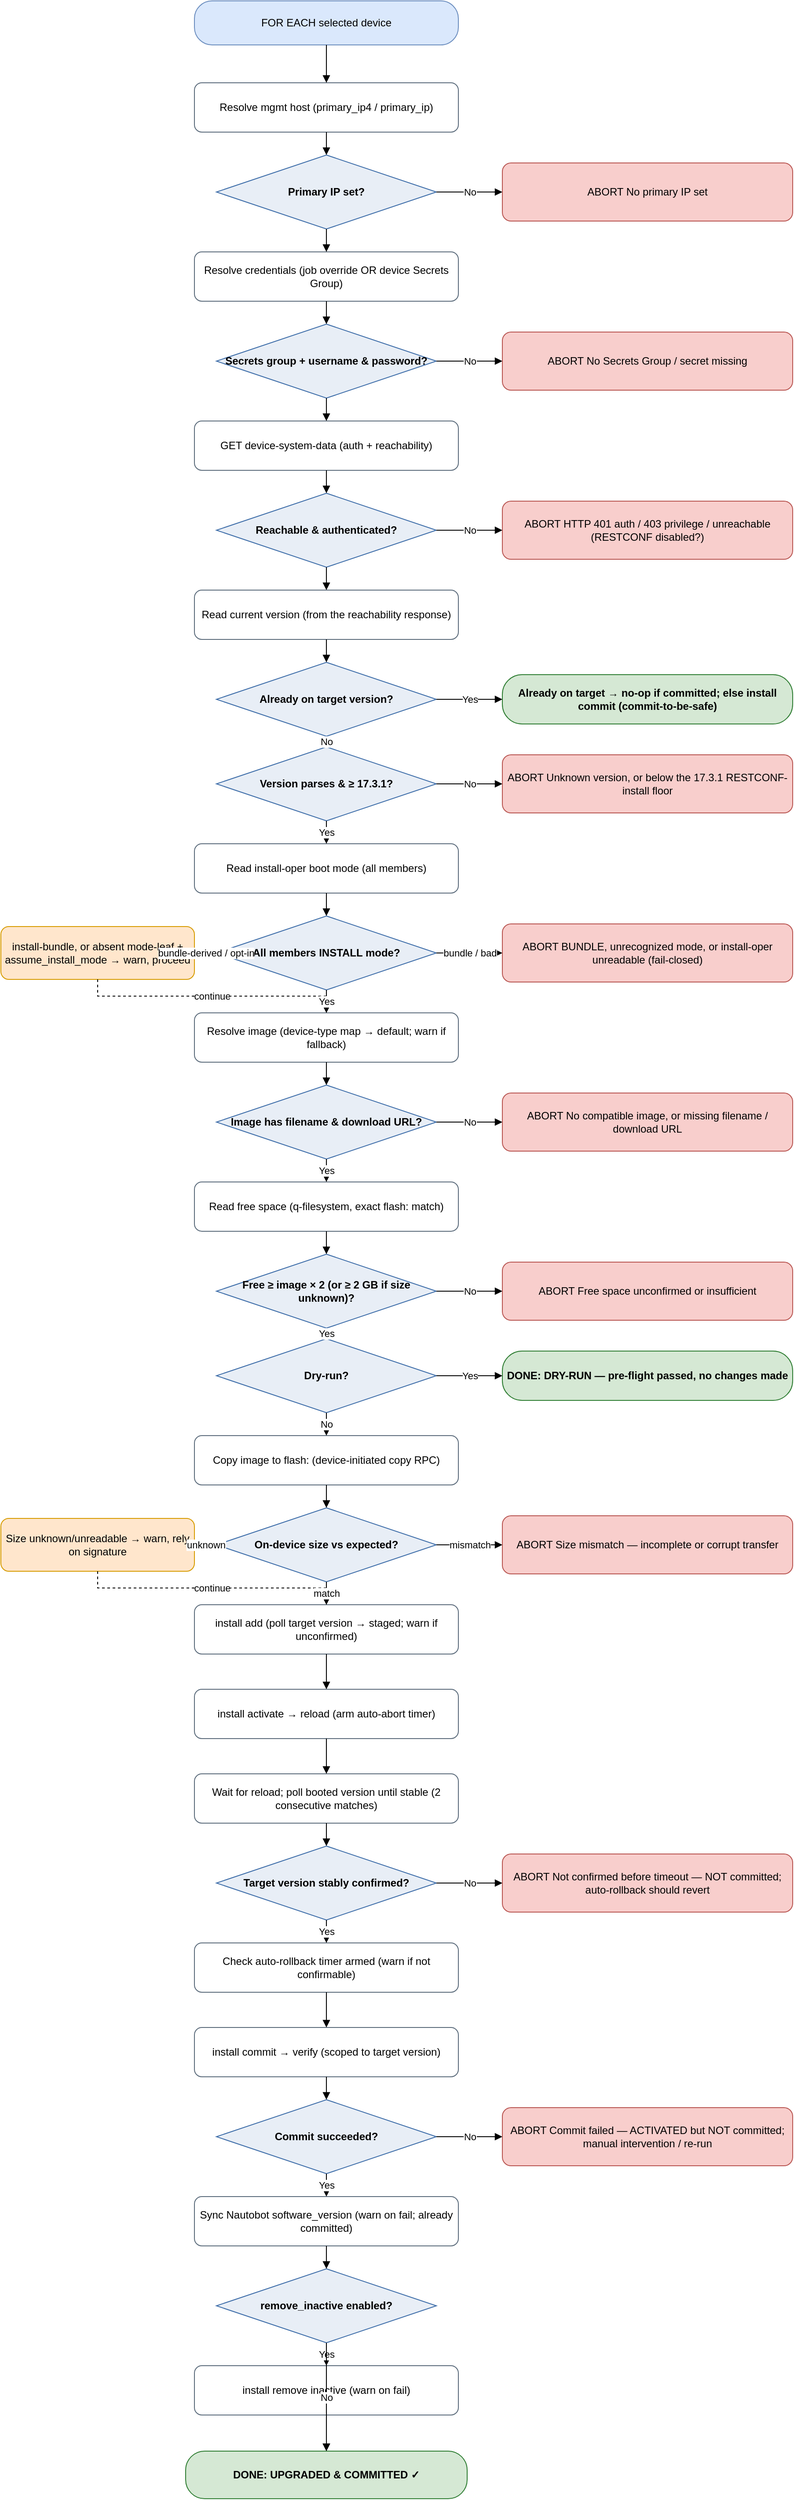
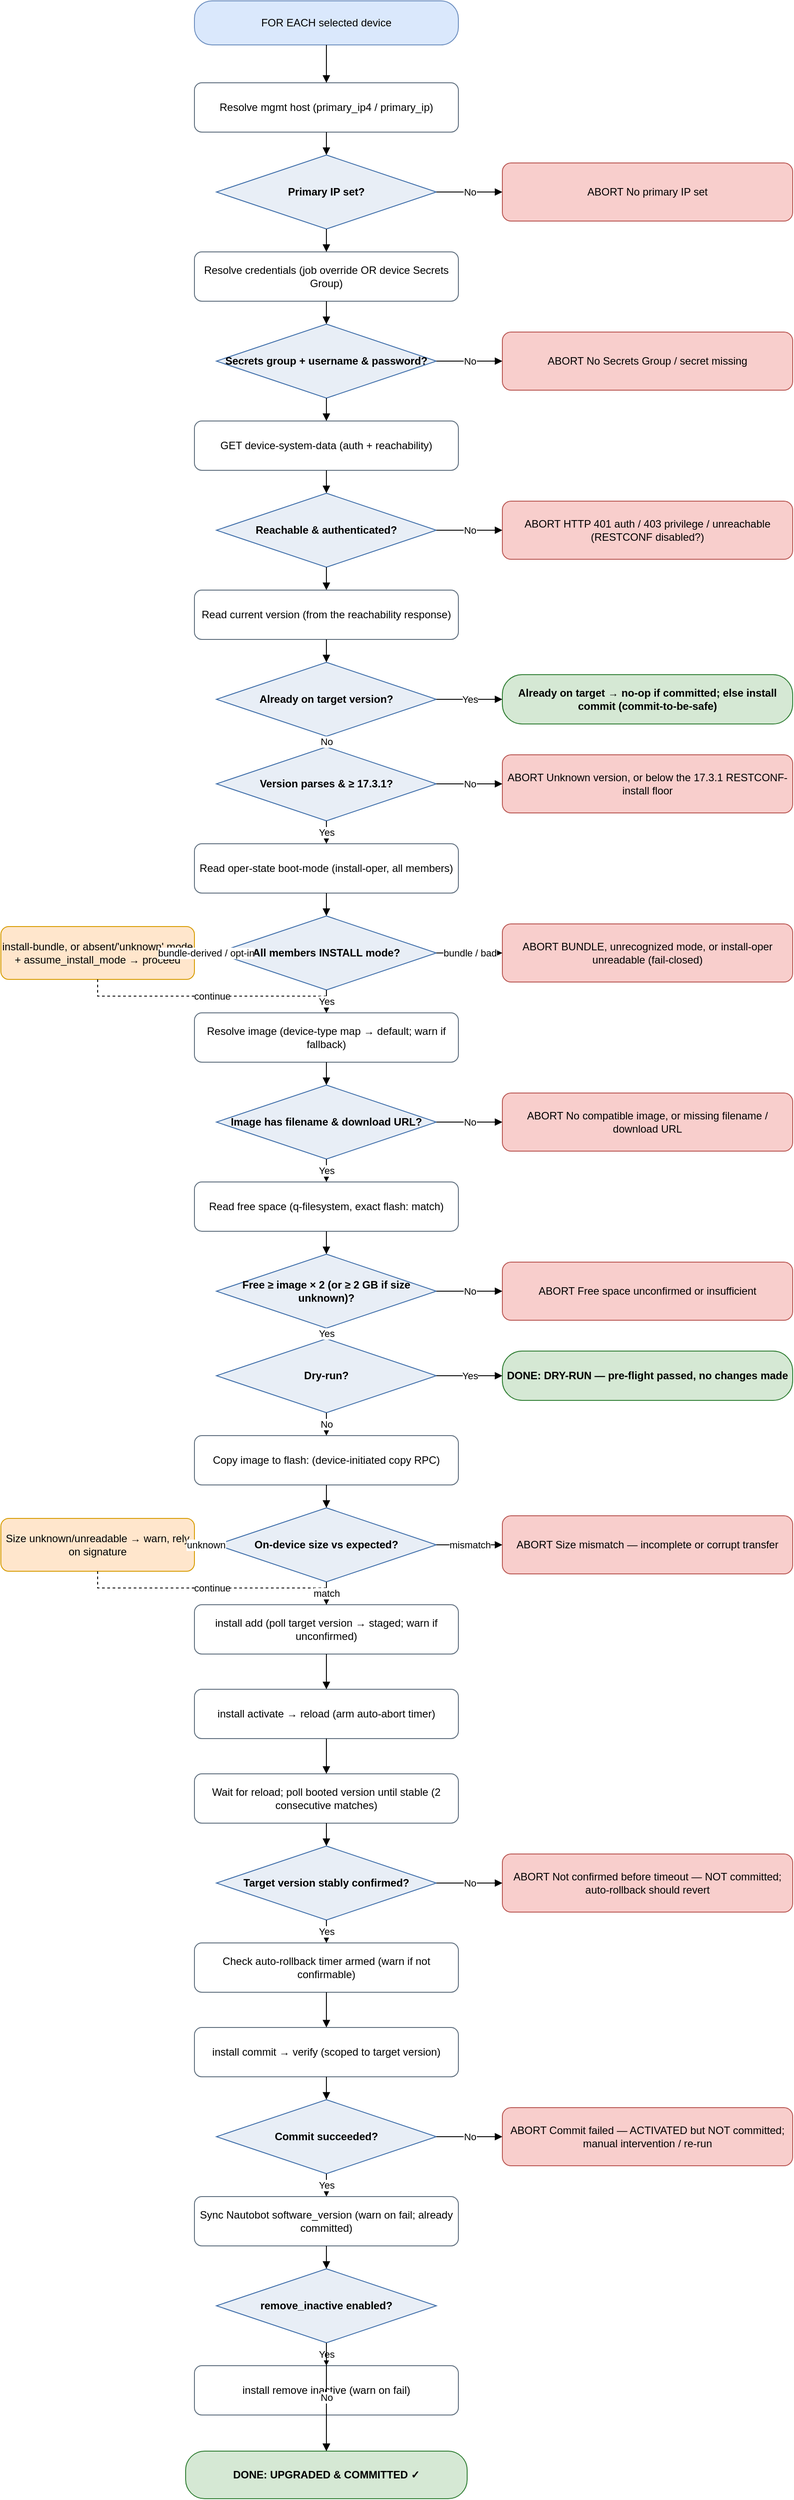
<mxfile host="app.diagrams.net" type="device">
  <diagram name="IOS-XE upgrade flow" id="iosxe-upgrade-flow">
    <mxGraphModel dx="1000" dy="2000" grid="1" gridSize="10" guides="1" tooltips="1"
        connect="1" arrows="1" fold="1" page="1" pageScale="1" math="0" shadow="0">
      <root>
        <mxCell id="0"/>
        <mxCell id="1" parent="0"/>
        <mxCell id="start" value="FOR EACH selected device" style="rounded=1;arcSize=40;whiteSpace=wrap;html=1;fillColor=#DAE8FC;strokeColor=#6C8EBF;" vertex="1" parent="1"><mxGeometry x="250" y="31" width="300" height="50" as="geometry"/></mxCell>
        <mxCell id="host" value="Resolve mgmt host&amp;#10;(primary_ip4 / primary_ip)" style="rounded=1;whiteSpace=wrap;html=1;fillColor=#FFFFFF;strokeColor=#5B6B7B;" vertex="1" parent="1"><mxGeometry x="250" y="124" width="300" height="56" as="geometry"/></mxCell>
        <mxCell id="d_ip" value="Primary IP set?" style="rhombus;whiteSpace=wrap;html=1;fillColor=#E8EEF6;strokeColor=#3C6CA8;fontStyle=1;" vertex="1" parent="1"><mxGeometry x="275" y="206" width="250" height="84" as="geometry"/></mxCell>
        <mxCell id="cred" value="Resolve credentials&amp;#10;(job override OR device Secrets Group)" style="rounded=1;whiteSpace=wrap;html=1;fillColor=#FFFFFF;strokeColor=#5B6B7B;" vertex="1" parent="1"><mxGeometry x="250" y="316" width="300" height="56" as="geometry"/></mxCell>
        <mxCell id="d_cred" value="Secrets group +&amp;#10;username &amp; password?" style="rhombus;whiteSpace=wrap;html=1;fillColor=#E8EEF6;strokeColor=#3C6CA8;fontStyle=1;" vertex="1" parent="1"><mxGeometry x="275" y="398" width="250" height="84" as="geometry"/></mxCell>
        <mxCell id="reach" value="GET device-system-data&amp;#10;(auth + reachability)" style="rounded=1;whiteSpace=wrap;html=1;fillColor=#FFFFFF;strokeColor=#5B6B7B;" vertex="1" parent="1"><mxGeometry x="250" y="508" width="300" height="56" as="geometry"/></mxCell>
        <mxCell id="d_reach" value="Reachable &amp;&amp;#10;authenticated?" style="rhombus;whiteSpace=wrap;html=1;fillColor=#E8EEF6;strokeColor=#3C6CA8;fontStyle=1;" vertex="1" parent="1"><mxGeometry x="275" y="590" width="250" height="84" as="geometry"/></mxCell>
        <mxCell id="curr" value="Read current version&amp;#10;(from the reachability response)" style="rounded=1;whiteSpace=wrap;html=1;fillColor=#FFFFFF;strokeColor=#5B6B7B;" vertex="1" parent="1"><mxGeometry x="250" y="700" width="300" height="56" as="geometry"/></mxCell>
        <mxCell id="d_target" value="Already on&amp;#10;target version?" style="rhombus;whiteSpace=wrap;html=1;fillColor=#E8EEF6;strokeColor=#3C6CA8;fontStyle=1;" vertex="1" parent="1"><mxGeometry x="275" y="782" width="250" height="84" as="geometry"/></mxCell>
        <mxCell id="d_floor" value="Version parses&amp;#10;&amp; ≥ 17.3.1?" style="rhombus;whiteSpace=wrap;html=1;fillColor=#E8EEF6;strokeColor=#3C6CA8;fontStyle=1;" vertex="1" parent="1"><mxGeometry x="275" y="878" width="250" height="84" as="geometry"/></mxCell>
-         <mxCell id="mode" value="Read install-oper boot mode&amp;#10;(all members)" style="rounded=1;whiteSpace=wrap;html=1;fillColor=#FFFFFF;strokeColor=#5B6B7B;" vertex="1" parent="1"><mxGeometry x="250" y="988" width="300" height="56" as="geometry"/></mxCell>
+         <mxCell id="mode" value="Read oper-state boot-mode&amp;#10;(install-oper, all members)" style="rounded=1;whiteSpace=wrap;html=1;fillColor=#FFFFFF;strokeColor=#5B6B7B;" vertex="1" parent="1"><mxGeometry x="250" y="988" width="300" height="56" as="geometry"/></mxCell>
        <mxCell id="d_mode" value="All members&amp;#10;INSTALL mode?" style="rhombus;whiteSpace=wrap;html=1;fillColor=#E8EEF6;strokeColor=#3C6CA8;fontStyle=1;" vertex="1" parent="1"><mxGeometry x="275" y="1070" width="250" height="84" as="geometry"/></mxCell>
        <mxCell id="img" value="Resolve image (device-type map&amp;#10;→ default; warn if fallback)" style="rounded=1;whiteSpace=wrap;html=1;fillColor=#FFFFFF;strokeColor=#5B6B7B;" vertex="1" parent="1"><mxGeometry x="250" y="1180" width="300" height="56" as="geometry"/></mxCell>
        <mxCell id="d_img" value="Image has filename&amp;#10;&amp; download URL?" style="rhombus;whiteSpace=wrap;html=1;fillColor=#E8EEF6;strokeColor=#3C6CA8;fontStyle=1;" vertex="1" parent="1"><mxGeometry x="275" y="1262" width="250" height="84" as="geometry"/></mxCell>
        <mxCell id="space" value="Read free space&amp;#10;(q-filesystem, exact flash: match)" style="rounded=1;whiteSpace=wrap;html=1;fillColor=#FFFFFF;strokeColor=#5B6B7B;" vertex="1" parent="1"><mxGeometry x="250" y="1372" width="300" height="56" as="geometry"/></mxCell>
        <mxCell id="d_space" value="Free ≥ image × 2&amp;#10;(or ≥ 2 GB if size unknown)?" style="rhombus;whiteSpace=wrap;html=1;fillColor=#E8EEF6;strokeColor=#3C6CA8;fontStyle=1;" vertex="1" parent="1"><mxGeometry x="275" y="1454" width="250" height="84" as="geometry"/></mxCell>
        <mxCell id="d_dry" value="Dry-run?" style="rhombus;whiteSpace=wrap;html=1;fillColor=#E8EEF6;strokeColor=#3C6CA8;fontStyle=1;" vertex="1" parent="1"><mxGeometry x="275" y="1550" width="250" height="84" as="geometry"/></mxCell>
        <mxCell id="copy" value="Copy image to flash:&amp;#10;(device-initiated copy RPC)" style="rounded=1;whiteSpace=wrap;html=1;fillColor=#FFFFFF;strokeColor=#5B6B7B;" vertex="1" parent="1"><mxGeometry x="250" y="1660" width="300" height="56" as="geometry"/></mxCell>
        <mxCell id="d_size" value="On-device size&amp;#10;vs expected?" style="rhombus;whiteSpace=wrap;html=1;fillColor=#E8EEF6;strokeColor=#3C6CA8;fontStyle=1;" vertex="1" parent="1"><mxGeometry x="275" y="1742" width="250" height="84" as="geometry"/></mxCell>
        <mxCell id="add" value="install add (poll target version&amp;#10;→ staged; warn if unconfirmed)" style="rounded=1;whiteSpace=wrap;html=1;fillColor=#FFFFFF;strokeColor=#5B6B7B;" vertex="1" parent="1"><mxGeometry x="250" y="1852" width="300" height="56" as="geometry"/></mxCell>
        <mxCell id="act" value="install activate → reload&amp;#10;(arm auto-abort timer)" style="rounded=1;whiteSpace=wrap;html=1;fillColor=#FFFFFF;strokeColor=#5B6B7B;" vertex="1" parent="1"><mxGeometry x="250" y="1948" width="300" height="56" as="geometry"/></mxCell>
        <mxCell id="waitc" value="Wait for reload; poll booted version&amp;#10;until stable (2 consecutive matches)" style="rounded=1;whiteSpace=wrap;html=1;fillColor=#FFFFFF;strokeColor=#5B6B7B;" vertex="1" parent="1"><mxGeometry x="250" y="2044" width="300" height="56" as="geometry"/></mxCell>
        <mxCell id="d_confirm" value="Target version&amp;#10;stably confirmed?" style="rhombus;whiteSpace=wrap;html=1;fillColor=#E8EEF6;strokeColor=#3C6CA8;fontStyle=1;" vertex="1" parent="1"><mxGeometry x="275" y="2126" width="250" height="84" as="geometry"/></mxCell>
        <mxCell id="rollbackchk" value="Check auto-rollback timer armed&amp;#10;(warn if not confirmable)" style="rounded=1;whiteSpace=wrap;html=1;fillColor=#FFFFFF;strokeColor=#5B6B7B;" vertex="1" parent="1"><mxGeometry x="250" y="2236" width="300" height="56" as="geometry"/></mxCell>
        <mxCell id="commit" value="install commit → verify&amp;#10;(scoped to target version)" style="rounded=1;whiteSpace=wrap;html=1;fillColor=#FFFFFF;strokeColor=#5B6B7B;" vertex="1" parent="1"><mxGeometry x="250" y="2332" width="300" height="56" as="geometry"/></mxCell>
        <mxCell id="d_commit" value="Commit&amp;#10;succeeded?" style="rhombus;whiteSpace=wrap;html=1;fillColor=#E8EEF6;strokeColor=#3C6CA8;fontStyle=1;" vertex="1" parent="1"><mxGeometry x="275" y="2414" width="250" height="84" as="geometry"/></mxCell>
        <mxCell id="sync" value="Sync Nautobot software_version&amp;#10;(warn on fail; already committed)" style="rounded=1;whiteSpace=wrap;html=1;fillColor=#FFFFFF;strokeColor=#5B6B7B;" vertex="1" parent="1"><mxGeometry x="250" y="2524" width="300" height="56" as="geometry"/></mxCell>
        <mxCell id="d_remove" value="remove_inactive&amp;#10;enabled?" style="rhombus;whiteSpace=wrap;html=1;fillColor=#E8EEF6;strokeColor=#3C6CA8;fontStyle=1;" vertex="1" parent="1"><mxGeometry x="275" y="2606" width="250" height="84" as="geometry"/></mxCell>
        <mxCell id="remove" value="install remove inactive&amp;#10;(warn on fail)" style="rounded=1;whiteSpace=wrap;html=1;fillColor=#FFFFFF;strokeColor=#5B6B7B;" vertex="1" parent="1"><mxGeometry x="250" y="2716" width="300" height="56" as="geometry"/></mxCell>
        <mxCell id="ok" value="DONE: UPGRADED &amp; COMMITTED ✓" style="rounded=1;arcSize=40;whiteSpace=wrap;html=1;fillColor=#D5E8D4;strokeColor=#2E7D32;fontStyle=1;" vertex="1" parent="1"><mxGeometry x="240" y="2813" width="320" height="54" as="geometry"/></mxCell>
        <mxCell id="d_ip_abort" value="ABORT&amp;#10;No primary IP set" style="rounded=1;whiteSpace=wrap;html=1;fillColor=#F8CECC;strokeColor=#B85450;" vertex="1" parent="1"><mxGeometry x="600" y="215" width="330" height="66" as="geometry"/></mxCell>
        <mxCell id="d_cred_abort" value="ABORT&amp;#10;No Secrets Group / secret missing" style="rounded=1;whiteSpace=wrap;html=1;fillColor=#F8CECC;strokeColor=#B85450;" vertex="1" parent="1"><mxGeometry x="600" y="407" width="330" height="66" as="geometry"/></mxCell>
        <mxCell id="d_reach_abort" value="ABORT&amp;#10;HTTP 401 auth / 403 privilege /&amp;#10;unreachable (RESTCONF disabled?)" style="rounded=1;whiteSpace=wrap;html=1;fillColor=#F8CECC;strokeColor=#B85450;" vertex="1" parent="1"><mxGeometry x="600" y="599" width="330" height="66" as="geometry"/></mxCell>
        <mxCell id="d_target_ok" value="Already on target → no-op if committed;&amp;#10;else install commit (commit-to-be-safe)" style="rounded=1;arcSize=40;whiteSpace=wrap;html=1;fillColor=#D5E8D4;strokeColor=#2E7D32;fontStyle=1;" vertex="1" parent="1"><mxGeometry x="600" y="796" width="330" height="56" as="geometry"/></mxCell>
        <mxCell id="d_floor_abort" value="ABORT&amp;#10;Unknown version, or below the&amp;#10;17.3.1 RESTCONF-install floor" style="rounded=1;whiteSpace=wrap;html=1;fillColor=#F8CECC;strokeColor=#B85450;" vertex="1" parent="1"><mxGeometry x="600" y="887" width="330" height="66" as="geometry"/></mxCell>
        <mxCell id="d_mode_abort" value="ABORT&amp;#10;BUNDLE, unrecognized mode, or&amp;#10;install-oper unreadable (fail-closed)" style="rounded=1;whiteSpace=wrap;html=1;fillColor=#F8CECC;strokeColor=#B85450;" vertex="1" parent="1"><mxGeometry x="600" y="1079" width="330" height="66" as="geometry"/></mxCell>
-         <mxCell id="d_mode_warn" value="install-bundle, or absent mode-leaf +&amp;#10;assume_install_mode → warn, proceed" style="rounded=1;whiteSpace=wrap;html=1;fillColor=#FFE6CC;strokeColor=#D79B00;" vertex="1" parent="1"><mxGeometry x="30" y="1082" width="220" height="60" as="geometry"/></mxCell>
+         <mxCell id="d_mode_warn" value="install-bundle, or absent/&#x27;unknown&#x27;&amp;#10;mode + assume_install_mode → proceed" style="rounded=1;whiteSpace=wrap;html=1;fillColor=#FFE6CC;strokeColor=#D79B00;" vertex="1" parent="1"><mxGeometry x="30" y="1082" width="220" height="60" as="geometry"/></mxCell>
        <mxCell id="d_img_abort" value="ABORT&amp;#10;No compatible image, or missing&amp;#10;filename / download URL" style="rounded=1;whiteSpace=wrap;html=1;fillColor=#F8CECC;strokeColor=#B85450;" vertex="1" parent="1"><mxGeometry x="600" y="1271" width="330" height="66" as="geometry"/></mxCell>
        <mxCell id="d_space_abort" value="ABORT&amp;#10;Free space unconfirmed or&amp;#10;insufficient" style="rounded=1;whiteSpace=wrap;html=1;fillColor=#F8CECC;strokeColor=#B85450;" vertex="1" parent="1"><mxGeometry x="600" y="1463" width="330" height="66" as="geometry"/></mxCell>
        <mxCell id="d_dry_ok" value="DONE: DRY-RUN — pre-flight&amp;#10;passed, no changes made" style="rounded=1;arcSize=40;whiteSpace=wrap;html=1;fillColor=#D5E8D4;strokeColor=#2E7D32;fontStyle=1;" vertex="1" parent="1"><mxGeometry x="600" y="1564" width="330" height="56" as="geometry"/></mxCell>
        <mxCell id="d_size_abort" value="ABORT&amp;#10;Size mismatch — incomplete&amp;#10;or corrupt transfer" style="rounded=1;whiteSpace=wrap;html=1;fillColor=#F8CECC;strokeColor=#B85450;" vertex="1" parent="1"><mxGeometry x="600" y="1751" width="330" height="66" as="geometry"/></mxCell>
        <mxCell id="d_size_warn" value="Size unknown/unreadable&amp;#10;→ warn, rely on signature" style="rounded=1;whiteSpace=wrap;html=1;fillColor=#FFE6CC;strokeColor=#D79B00;" vertex="1" parent="1"><mxGeometry x="30" y="1754" width="220" height="60" as="geometry"/></mxCell>
        <mxCell id="d_confirm_abort" value="ABORT&amp;#10;Not confirmed before timeout — NOT&amp;#10;committed; auto-rollback should revert" style="rounded=1;whiteSpace=wrap;html=1;fillColor=#F8CECC;strokeColor=#B85450;" vertex="1" parent="1"><mxGeometry x="600" y="2135" width="330" height="66" as="geometry"/></mxCell>
        <mxCell id="d_commit_abort" value="ABORT&amp;#10;Commit failed — ACTIVATED but NOT&amp;#10;committed; manual intervention / re-run" style="rounded=1;whiteSpace=wrap;html=1;fillColor=#F8CECC;strokeColor=#B85450;" vertex="1" parent="1"><mxGeometry x="600" y="2423" width="330" height="66" as="geometry"/></mxCell>
        <mxCell id="e_d_ip_abort" value="No" style="edgeStyle=orthogonalEdgeStyle;rounded=0;html=1;endArrow=block;" edge="1" parent="1" source="d_ip" target="d_ip_abort"><mxGeometry relative="1" as="geometry"/></mxCell>
        <mxCell id="e_d_cred_abort" value="No" style="edgeStyle=orthogonalEdgeStyle;rounded=0;html=1;endArrow=block;" edge="1" parent="1" source="d_cred" target="d_cred_abort"><mxGeometry relative="1" as="geometry"/></mxCell>
        <mxCell id="e_d_reach_abort" value="No" style="edgeStyle=orthogonalEdgeStyle;rounded=0;html=1;endArrow=block;" edge="1" parent="1" source="d_reach" target="d_reach_abort"><mxGeometry relative="1" as="geometry"/></mxCell>
        <mxCell id="e_d_target_ok" value="Yes" style="edgeStyle=orthogonalEdgeStyle;rounded=0;html=1;endArrow=block;" edge="1" parent="1" source="d_target" target="d_target_ok"><mxGeometry relative="1" as="geometry"/></mxCell>
        <mxCell id="e_d_floor_abort" value="No" style="edgeStyle=orthogonalEdgeStyle;rounded=0;html=1;endArrow=block;" edge="1" parent="1" source="d_floor" target="d_floor_abort"><mxGeometry relative="1" as="geometry"/></mxCell>
        <mxCell id="e_d_mode_abort" value="bundle / bad" style="edgeStyle=orthogonalEdgeStyle;rounded=0;html=1;endArrow=block;" edge="1" parent="1" source="d_mode" target="d_mode_abort"><mxGeometry relative="1" as="geometry"/></mxCell>
        <mxCell id="e_d_mode_warn" value="bundle-derived /
opt-in" style="edgeStyle=orthogonalEdgeStyle;rounded=0;html=1;endArrow=block;" edge="1" parent="1" source="d_mode" target="d_mode_warn"><mxGeometry relative="1" as="geometry"/></mxCell>
        <mxCell id="e_d_mode_warn_join" value="continue" style="edgeStyle=orthogonalEdgeStyle;rounded=0;html=1;endArrow=block;dashed=1;" edge="1" parent="1" source="d_mode_warn" target="img"><mxGeometry relative="1" as="geometry"/></mxCell>
        <mxCell id="e_d_img_abort" value="No" style="edgeStyle=orthogonalEdgeStyle;rounded=0;html=1;endArrow=block;" edge="1" parent="1" source="d_img" target="d_img_abort"><mxGeometry relative="1" as="geometry"/></mxCell>
        <mxCell id="e_d_space_abort" value="No" style="edgeStyle=orthogonalEdgeStyle;rounded=0;html=1;endArrow=block;" edge="1" parent="1" source="d_space" target="d_space_abort"><mxGeometry relative="1" as="geometry"/></mxCell>
        <mxCell id="e_d_dry_ok" value="Yes" style="edgeStyle=orthogonalEdgeStyle;rounded=0;html=1;endArrow=block;" edge="1" parent="1" source="d_dry" target="d_dry_ok"><mxGeometry relative="1" as="geometry"/></mxCell>
        <mxCell id="e_d_size_abort" value="mismatch" style="edgeStyle=orthogonalEdgeStyle;rounded=0;html=1;endArrow=block;" edge="1" parent="1" source="d_size" target="d_size_abort"><mxGeometry relative="1" as="geometry"/></mxCell>
        <mxCell id="e_d_size_warn" value="unknown" style="edgeStyle=orthogonalEdgeStyle;rounded=0;html=1;endArrow=block;" edge="1" parent="1" source="d_size" target="d_size_warn"><mxGeometry relative="1" as="geometry"/></mxCell>
        <mxCell id="e_d_size_warn_join" value="continue" style="edgeStyle=orthogonalEdgeStyle;rounded=0;html=1;endArrow=block;dashed=1;" edge="1" parent="1" source="d_size_warn" target="add"><mxGeometry relative="1" as="geometry"/></mxCell>
        <mxCell id="e_d_confirm_abort" value="No" style="edgeStyle=orthogonalEdgeStyle;rounded=0;html=1;endArrow=block;" edge="1" parent="1" source="d_confirm" target="d_confirm_abort"><mxGeometry relative="1" as="geometry"/></mxCell>
        <mxCell id="e_d_commit_abort" value="No" style="edgeStyle=orthogonalEdgeStyle;rounded=0;html=1;endArrow=block;" edge="1" parent="1" source="d_commit" target="d_commit_abort"><mxGeometry relative="1" as="geometry"/></mxCell>
        <mxCell id="e_start_host" value="" style="edgeStyle=orthogonalEdgeStyle;rounded=0;html=1;endArrow=block;" edge="1" parent="1" source="start" target="host"><mxGeometry relative="1" as="geometry"/></mxCell>
        <mxCell id="e_host_d_ip" value="" style="edgeStyle=orthogonalEdgeStyle;rounded=0;html=1;endArrow=block;" edge="1" parent="1" source="host" target="d_ip"><mxGeometry relative="1" as="geometry"/></mxCell>
        <mxCell id="e_d_ip_cred" value="" style="edgeStyle=orthogonalEdgeStyle;rounded=0;html=1;endArrow=block;" edge="1" parent="1" source="d_ip" target="cred"><mxGeometry relative="1" as="geometry"/></mxCell>
        <mxCell id="e_cred_d_cred" value="" style="edgeStyle=orthogonalEdgeStyle;rounded=0;html=1;endArrow=block;" edge="1" parent="1" source="cred" target="d_cred"><mxGeometry relative="1" as="geometry"/></mxCell>
        <mxCell id="e_d_cred_reach" value="" style="edgeStyle=orthogonalEdgeStyle;rounded=0;html=1;endArrow=block;" edge="1" parent="1" source="d_cred" target="reach"><mxGeometry relative="1" as="geometry"/></mxCell>
        <mxCell id="e_reach_d_reach" value="" style="edgeStyle=orthogonalEdgeStyle;rounded=0;html=1;endArrow=block;" edge="1" parent="1" source="reach" target="d_reach"><mxGeometry relative="1" as="geometry"/></mxCell>
        <mxCell id="e_d_reach_curr" value="" style="edgeStyle=orthogonalEdgeStyle;rounded=0;html=1;endArrow=block;" edge="1" parent="1" source="d_reach" target="curr"><mxGeometry relative="1" as="geometry"/></mxCell>
        <mxCell id="e_curr_d_target" value="" style="edgeStyle=orthogonalEdgeStyle;rounded=0;html=1;endArrow=block;" edge="1" parent="1" source="curr" target="d_target"><mxGeometry relative="1" as="geometry"/></mxCell>
        <mxCell id="e_d_target_d_floor" value="No" style="edgeStyle=orthogonalEdgeStyle;rounded=0;html=1;endArrow=block;" edge="1" parent="1" source="d_target" target="d_floor"><mxGeometry relative="1" as="geometry"/></mxCell>
        <mxCell id="e_d_floor_mode" value="Yes" style="edgeStyle=orthogonalEdgeStyle;rounded=0;html=1;endArrow=block;" edge="1" parent="1" source="d_floor" target="mode"><mxGeometry relative="1" as="geometry"/></mxCell>
        <mxCell id="e_mode_d_mode" value="" style="edgeStyle=orthogonalEdgeStyle;rounded=0;html=1;endArrow=block;" edge="1" parent="1" source="mode" target="d_mode"><mxGeometry relative="1" as="geometry"/></mxCell>
        <mxCell id="e_d_mode_img" value="Yes" style="edgeStyle=orthogonalEdgeStyle;rounded=0;html=1;endArrow=block;" edge="1" parent="1" source="d_mode" target="img"><mxGeometry relative="1" as="geometry"/></mxCell>
        <mxCell id="e_img_d_img" value="" style="edgeStyle=orthogonalEdgeStyle;rounded=0;html=1;endArrow=block;" edge="1" parent="1" source="img" target="d_img"><mxGeometry relative="1" as="geometry"/></mxCell>
        <mxCell id="e_d_img_space" value="Yes" style="edgeStyle=orthogonalEdgeStyle;rounded=0;html=1;endArrow=block;" edge="1" parent="1" source="d_img" target="space"><mxGeometry relative="1" as="geometry"/></mxCell>
        <mxCell id="e_space_d_space" value="" style="edgeStyle=orthogonalEdgeStyle;rounded=0;html=1;endArrow=block;" edge="1" parent="1" source="space" target="d_space"><mxGeometry relative="1" as="geometry"/></mxCell>
        <mxCell id="e_d_space_d_dry" value="Yes" style="edgeStyle=orthogonalEdgeStyle;rounded=0;html=1;endArrow=block;" edge="1" parent="1" source="d_space" target="d_dry"><mxGeometry relative="1" as="geometry"/></mxCell>
        <mxCell id="e_d_dry_copy" value="No" style="edgeStyle=orthogonalEdgeStyle;rounded=0;html=1;endArrow=block;" edge="1" parent="1" source="d_dry" target="copy"><mxGeometry relative="1" as="geometry"/></mxCell>
        <mxCell id="e_copy_d_size" value="" style="edgeStyle=orthogonalEdgeStyle;rounded=0;html=1;endArrow=block;" edge="1" parent="1" source="copy" target="d_size"><mxGeometry relative="1" as="geometry"/></mxCell>
        <mxCell id="e_d_size_add" value="match" style="edgeStyle=orthogonalEdgeStyle;rounded=0;html=1;endArrow=block;" edge="1" parent="1" source="d_size" target="add"><mxGeometry relative="1" as="geometry"/></mxCell>
        <mxCell id="e_add_act" value="" style="edgeStyle=orthogonalEdgeStyle;rounded=0;html=1;endArrow=block;" edge="1" parent="1" source="add" target="act"><mxGeometry relative="1" as="geometry"/></mxCell>
        <mxCell id="e_act_waitc" value="" style="edgeStyle=orthogonalEdgeStyle;rounded=0;html=1;endArrow=block;" edge="1" parent="1" source="act" target="waitc"><mxGeometry relative="1" as="geometry"/></mxCell>
        <mxCell id="e_waitc_d_confirm" value="" style="edgeStyle=orthogonalEdgeStyle;rounded=0;html=1;endArrow=block;" edge="1" parent="1" source="waitc" target="d_confirm"><mxGeometry relative="1" as="geometry"/></mxCell>
        <mxCell id="e_d_confirm_rollbackchk" value="Yes" style="edgeStyle=orthogonalEdgeStyle;rounded=0;html=1;endArrow=block;" edge="1" parent="1" source="d_confirm" target="rollbackchk"><mxGeometry relative="1" as="geometry"/></mxCell>
        <mxCell id="e_rollbackchk_commit" value="" style="edgeStyle=orthogonalEdgeStyle;rounded=0;html=1;endArrow=block;" edge="1" parent="1" source="rollbackchk" target="commit"><mxGeometry relative="1" as="geometry"/></mxCell>
        <mxCell id="e_commit_d_commit" value="" style="edgeStyle=orthogonalEdgeStyle;rounded=0;html=1;endArrow=block;" edge="1" parent="1" source="commit" target="d_commit"><mxGeometry relative="1" as="geometry"/></mxCell>
        <mxCell id="e_d_commit_sync" value="Yes" style="edgeStyle=orthogonalEdgeStyle;rounded=0;html=1;endArrow=block;" edge="1" parent="1" source="d_commit" target="sync"><mxGeometry relative="1" as="geometry"/></mxCell>
        <mxCell id="e_sync_d_remove" value="" style="edgeStyle=orthogonalEdgeStyle;rounded=0;html=1;endArrow=block;" edge="1" parent="1" source="sync" target="d_remove"><mxGeometry relative="1" as="geometry"/></mxCell>
        <mxCell id="e_remove_yes" value="Yes" style="edgeStyle=orthogonalEdgeStyle;rounded=0;html=1;endArrow=block;" edge="1" parent="1" source="d_remove" target="remove"><mxGeometry relative="1" as="geometry"/></mxCell>
        <mxCell id="e_remove_ok" value="" style="edgeStyle=orthogonalEdgeStyle;rounded=0;html=1;endArrow=block;" edge="1" parent="1" source="remove" target="ok"><mxGeometry relative="1" as="geometry"/></mxCell>
        <mxCell id="e_remove_no" value="No" style="edgeStyle=orthogonalEdgeStyle;rounded=0;html=1;endArrow=block;" edge="1" parent="1" source="d_remove" target="ok"><mxGeometry relative="1" as="geometry"/></mxCell>
      </root>
    </mxGraphModel>
  </diagram>
</mxfile>
